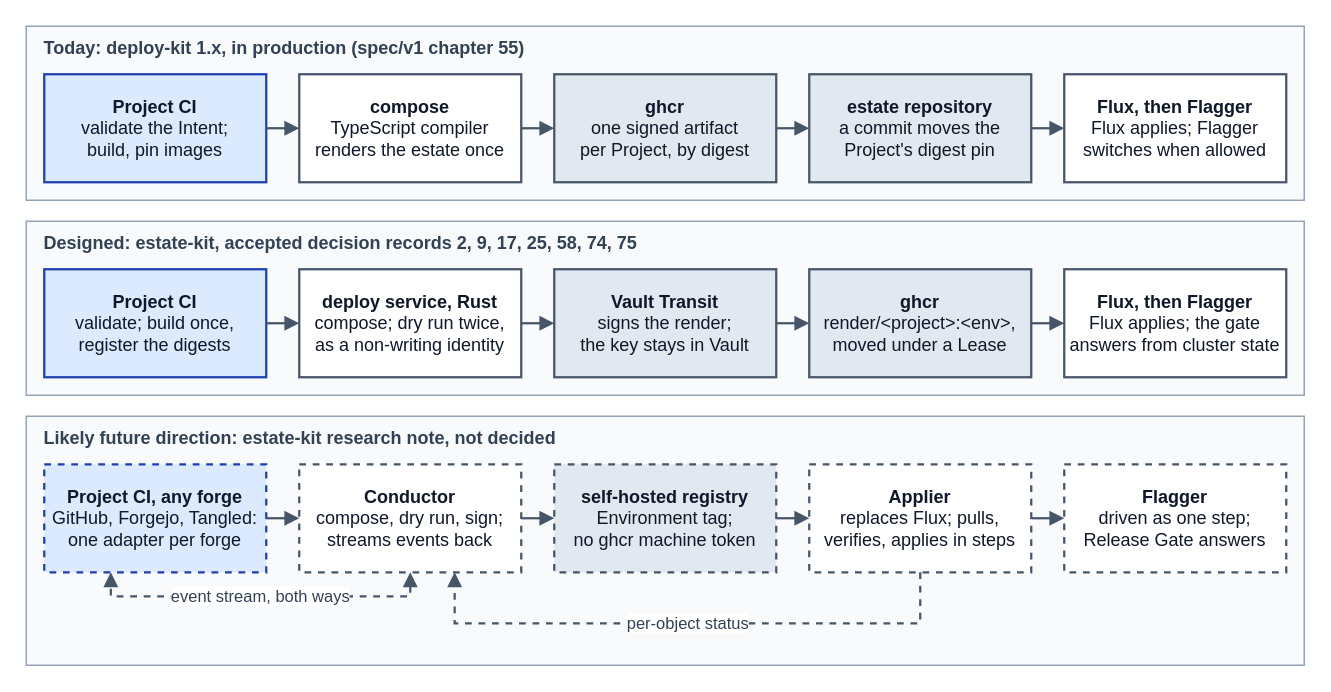
Earlier version of the draw.io diagram docs/mde/task-3-code-generation/Figures/delivery-paths.drawio (JorisJonkers-dev/deploy-kit). Source tidied: cells renumbered, new cells numbered last; positions are measured from the earlier drawing's top-left corner, leaving out a move shared by most shapes. Both pictures are drawn from the tidied source at 150%, with x=0, y=0 at pixel (26, 26).
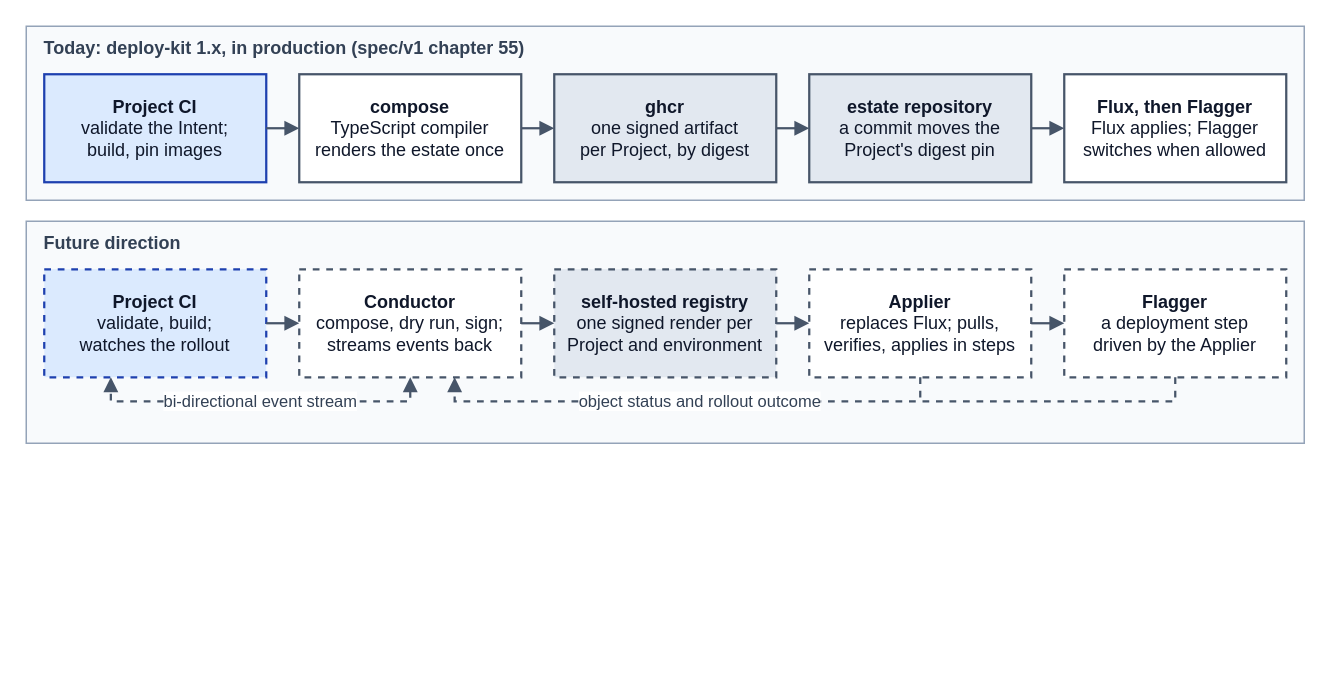
The same diagram, later.

Change to the diagram source:
```diff
@@
     <mxCell id="13" style="rounded=0;whiteSpace=wrap;html=1;fillColor=#f8fafc;strokeColor=#94a3b8;strokeWidth=1;" parent="1" vertex="1">
-      <mxGeometry y="130" width="852" height="116" as="geometry" />
+      <mxGeometry y="130" width="852" height="148" as="geometry" />
     </mxCell>
-    <mxCell id="14" value="Designed: estate-kit, accepted decision records 2, 9, 17, 25, 58, 74, 75" style="text;html=1;whiteSpace=wrap;align=left;verticalAlign=middle;fontFamily=Helvetica;fontSize=12;fontColor=#334155;spacing=0;strokeColor=none;fillColor=none;fontStyle=1;" parent="1" vertex="1">
+    <mxCell id="14" value="Future direction" style="text;html=1;whiteSpace=wrap;align=left;verticalAlign=middle;fontFamily=Helvetica;fontSize=12;fontColor=#334155;spacing=0;strokeColor=none;fillColor=none;fontStyle=1;" parent="1" vertex="1">
       <mxGeometry x="12" y="136" width="828" height="18" as="geometry" />
     </mxCell>
-    <mxCell id="15" value="&lt;b&gt;Project CI&lt;/b&gt;&lt;br&gt;validate; build once,&lt;br&gt;register the digests" style="rounded=0;whiteSpace=wrap;html=1;align=center;verticalAlign=middle;fillColor=#dbeafe;strokeColor=#1e40af;strokeWidth=1.5;fontFamily=Helvetica;fontSize=12;fontColor=#0f172a;spacing=4;" parent="1" vertex="1">
+    <mxCell id="15" value="&lt;b&gt;Project CI&lt;/b&gt;&lt;br&gt;validate, build;&lt;br&gt;watches the rollout" style="rounded=0;whiteSpace=wrap;html=1;align=center;verticalAlign=middle;fillColor=#dbeafe;strokeColor=#1e40af;strokeWidth=1.5;fontFamily=Helvetica;fontSize=12;fontColor=#0f172a;spacing=4;dashed=1;" parent="1" vertex="1">
       <mxGeometry x="12" y="162" width="148" height="72" as="geometry" />
     </mxCell>
-    <mxCell id="16" value="&lt;b&gt;deploy service, Rust&lt;/b&gt;&lt;br&gt;compose; dry run twice,&lt;br&gt;as a non-writing identity" style="rounded=0;whiteSpace=wrap;html=1;align=center;verticalAlign=middle;fillColor=#ffffff;strokeColor=#475569;strokeWidth=1.5;fontFamily=Helvetica;fontSize=12;fontColor=#0f172a;spacing=4;" parent="1" vertex="1">
+    <mxCell id="16" value="&lt;b&gt;Conductor&lt;/b&gt;&lt;br&gt;compose, dry run, sign;&lt;br&gt;streams events back" style="rounded=0;whiteSpace=wrap;html=1;align=center;verticalAlign=middle;fillColor=#ffffff;strokeColor=#475569;strokeWidth=1.5;fontFamily=Helvetica;fontSize=12;fontColor=#0f172a;spacing=4;dashed=1;" parent="1" vertex="1">
       <mxGeometry x="182" y="162" width="148" height="72" as="geometry" />
     </mxCell>
-    <mxCell id="17" value="&lt;b&gt;Vault Transit&lt;/b&gt;&lt;br&gt;signs the render;&lt;br&gt;the key stays in Vault" style="rounded=0;whiteSpace=wrap;html=1;align=center;verticalAlign=middle;fillColor=#e2e8f0;strokeColor=#475569;strokeWidth=1.5;fontFamily=Helvetica;fontSize=12;fontColor=#0f172a;spacing=4;" parent="1" vertex="1">
+    <mxCell id="17" value="&lt;b&gt;self-hosted registry&lt;/b&gt;&lt;br&gt;one signed render per&lt;br&gt;Project and environment" style="rounded=0;whiteSpace=wrap;html=1;align=center;verticalAlign=middle;fillColor=#e2e8f0;strokeColor=#475569;strokeWidth=1.5;fontFamily=Helvetica;fontSize=12;fontColor=#0f172a;spacing=4;dashed=1;" parent="1" vertex="1">
       <mxGeometry x="352" y="162" width="148" height="72" as="geometry" />
     </mxCell>
-    <mxCell id="18" value="&lt;b&gt;ghcr&lt;/b&gt;&lt;br&gt;render/&amp;lt;project&amp;gt;:&amp;lt;env&amp;gt;,&lt;br&gt;moved under a Lease" style="rounded=0;whiteSpace=wrap;html=1;align=center;verticalAlign=middle;fillColor=#e2e8f0;strokeColor=#475569;strokeWidth=1.5;fontFamily=Helvetica;fontSize=12;fontColor=#0f172a;spacing=4;" parent="1" vertex="1">
+    <mxCell id="18" value="&lt;b&gt;Applier&lt;/b&gt;&lt;br&gt;replaces Flux; pulls,&lt;br&gt;verifies, applies in steps" style="rounded=0;whiteSpace=wrap;html=1;align=center;verticalAlign=middle;fillColor=#ffffff;strokeColor=#475569;strokeWidth=1.5;fontFamily=Helvetica;fontSize=12;fontColor=#0f172a;spacing=4;dashed=1;" parent="1" vertex="1">
       <mxGeometry x="522" y="162" width="148" height="72" as="geometry" />
     </mxCell>
-    <mxCell id="19" value="&lt;b&gt;Flux, then Flagger&lt;/b&gt;&lt;br&gt;Flux applies; the gate&lt;br&gt;answers from cluster state" style="rounded=0;whiteSpace=wrap;html=1;align=center;verticalAlign=middle;fillColor=#ffffff;strokeColor=#475569;strokeWidth=1.5;fontFamily=Helvetica;fontSize=12;fontColor=#0f172a;spacing=4;" parent="1" vertex="1">
+    <mxCell id="19" value="&lt;b&gt;Flagger&lt;/b&gt;&lt;br&gt;a deployment step&lt;br&gt;driven by the Applier" style="rounded=0;whiteSpace=wrap;html=1;align=center;verticalAlign=middle;fillColor=#ffffff;strokeColor=#475569;strokeWidth=1.5;fontFamily=Helvetica;fontSize=12;fontColor=#0f172a;spacing=4;dashed=1;" parent="1" vertex="1">
       <mxGeometry x="692" y="162" width="148" height="72" as="geometry" />
     </mxCell>
@@
-    <mxCell id="24" style="rounded=0;whiteSpace=wrap;html=1;fillColor=#f8fafc;strokeColor=#94a3b8;strokeWidth=1;" parent="1" vertex="1">
-      <mxGeometry y="260" width="852" height="166" as="geometry" />
+    <mxCell id="24" value="bi-directional event stream" style="edgeStyle=orthogonalEdgeStyle;rounded=0;html=1;endArrow=block;endFill=1;startArrow=block;startFill=1;strokeColor=#475569;strokeWidth=1.5;fontFamily=Helvetica;fontSize=11;fontColor=#334155;labelBackgroundColor=#ffffff;endSize=6;startSize=6;dashed=1;exitX=0.5;exitY=1;entryX=0.3;entryY=1;labelPosition=center;verticalLabelPosition=middle;" parent="1" edge="1" source="16" target="15">
+      <mxGeometry relative="1" as="geometry">
+        <Array as="points">
+          <mxPoint x="256" y="250" />
+          <mxPoint x="56.4" y="250" />
+        </Array>
+      </mxGeometry>
     </mxCell>
-    <mxCell id="25" value="Likely future direction: estate-kit research note, not decided" style="text;html=1;whiteSpace=wrap;align=left;verticalAlign=middle;fontFamily=Helvetica;fontSize=12;fontColor=#334155;spacing=0;strokeColor=none;fillColor=none;fontStyle=1;" parent="1" vertex="1">
-      <mxGeometry x="12" y="266" width="828" height="18" as="geometry" />
+    <mxCell id="25" value="object status and rollout outcome" style="edgeStyle=orthogonalEdgeStyle;rounded=0;html=1;endArrow=block;endFill=1;startArrow=none;startFill=1;strokeColor=#475569;strokeWidth=1.5;fontFamily=Helvetica;fontSize=11;fontColor=#334155;labelBackgroundColor=#ffffff;endSize=6;startSize=6;dashed=1;exitX=0.5;exitY=1;entryX=0.7;entryY=1;labelPosition=center;verticalLabelPosition=middle;" parent="1" edge="1" source="19" target="16">
+      <mxGeometry x="0.3" relative="1" as="geometry">
+        <Array as="points">
+          <mxPoint x="766" y="250" />
+          <mxPoint x="285.6" y="250" />
+        </Array>
+      </mxGeometry>
     </mxCell>
-    <mxCell id="26" value="&lt;b&gt;Project CI, any forge&lt;/b&gt;&lt;br&gt;GitHub, Forgejo, Tangled:&lt;br&gt;one adapter per forge" style="rounded=0;whiteSpace=wrap;html=1;align=center;verticalAlign=middle;fillColor=#dbeafe;strokeColor=#1e40af;strokeWidth=1.5;fontFamily=Helvetica;fontSize=12;fontColor=#0f172a;spacing=4;dashed=1;" parent="1" vertex="1">
-      <mxGeometry x="12" y="292" width="148" height="72" as="geometry" />
+    <mxCell id="26" style="edgeStyle=orthogonalEdgeStyle;rounded=0;html=1;endArrow=block;endFill=1;startArrow=none;startFill=1;strokeColor=#475569;strokeWidth=1.5;fontFamily=Helvetica;fontSize=11;fontColor=#334155;labelBackgroundColor=#ffffff;endSize=6;startSize=6;dashed=1;endArrow=none;exitX=0.5;exitY=1;" parent="1" edge="1" source="18">
+      <mxGeometry relative="1" as="geometry">
+        <mxPoint x="596" y="250" as="targetPoint" />
+      </mxGeometry>
     </mxCell>
-    <mxCell id="27" value="&lt;b&gt;Conductor&lt;/b&gt;&lt;br&gt;compose, dry run, sign;&lt;br&gt;streams events back" style="rounded=0;whiteSpace=wrap;html=1;align=center;verticalAlign=middle;fillColor=#ffffff;strokeColor=#475569;strokeWidth=1.5;fontFamily=Helvetica;fontSize=12;fontColor=#0f172a;spacing=4;dashed=1;" parent="1" vertex="1">
-      <mxGeometry x="182" y="292" width="148" height="72" as="geometry" />
-    </mxCell>
-    <mxCell id="28" value="&lt;b&gt;self-hosted registry&lt;/b&gt;&lt;br&gt;Environment tag;&lt;br&gt;no ghcr machine token" style="rounded=0;whiteSpace=wrap;html=1;align=center;verticalAlign=middle;fillColor=#e2e8f0;strokeColor=#475569;strokeWidth=1.5;fontFamily=Helvetica;fontSize=12;fontColor=#0f172a;spacing=4;dashed=1;" parent="1" vertex="1">
-      <mxGeometry x="352" y="292" width="148" height="72" as="geometry" />
-    </mxCell>
-    <mxCell id="29" value="&lt;b&gt;Applier&lt;/b&gt;&lt;br&gt;replaces Flux; pulls,&lt;br&gt;verifies, applies in steps" style="rounded=0;whiteSpace=wrap;html=1;align=center;verticalAlign=middle;fillColor=#ffffff;strokeColor=#475569;strokeWidth=1.5;fontFamily=Helvetica;fontSize=12;fontColor=#0f172a;spacing=4;dashed=1;" parent="1" vertex="1">
-      <mxGeometry x="522" y="292" width="148" height="72" as="geometry" />
-    </mxCell>
-    <mxCell id="30" value="&lt;b&gt;Flagger&lt;/b&gt;&lt;br&gt;driven as one step;&lt;br&gt;Release Gate answers" style="rounded=0;whiteSpace=wrap;html=1;align=center;verticalAlign=middle;fillColor=#ffffff;strokeColor=#475569;strokeWidth=1.5;fontFamily=Helvetica;fontSize=12;fontColor=#0f172a;spacing=4;dashed=1;" parent="1" vertex="1">
-      <mxGeometry x="692" y="292" width="148" height="72" as="geometry" />
-    </mxCell>
-    <mxCell id="31" style="edgeStyle=orthogonalEdgeStyle;rounded=0;html=1;endArrow=block;endFill=1;startArrow=none;startFill=1;strokeColor=#475569;strokeWidth=1.5;fontFamily=Helvetica;fontSize=11;fontColor=#334155;labelBackgroundColor=#ffffff;endSize=6;startSize=6;exitX=1;exitY=0.5;entryX=0;entryY=0.5;" parent="1" edge="1" source="26" target="27">
-      <mxGeometry relative="1" as="geometry" />
-    </mxCell>
-    <mxCell id="32" style="edgeStyle=orthogonalEdgeStyle;rounded=0;html=1;endArrow=block;endFill=1;startArrow=none;startFill=1;strokeColor=#475569;strokeWidth=1.5;fontFamily=Helvetica;fontSize=11;fontColor=#334155;labelBackgroundColor=#ffffff;endSize=6;startSize=6;exitX=1;exitY=0.5;entryX=0;entryY=0.5;" parent="1" edge="1" source="27" target="28">
-      <mxGeometry relative="1" as="geometry" />
-    </mxCell>
-    <mxCell id="33" style="edgeStyle=orthogonalEdgeStyle;rounded=0;html=1;endArrow=block;endFill=1;startArrow=none;startFill=1;strokeColor=#475569;strokeWidth=1.5;fontFamily=Helvetica;fontSize=11;fontColor=#334155;labelBackgroundColor=#ffffff;endSize=6;startSize=6;exitX=1;exitY=0.5;entryX=0;entryY=0.5;" parent="1" edge="1" source="28" target="29">
-      <mxGeometry relative="1" as="geometry" />
-    </mxCell>
-    <mxCell id="34" style="edgeStyle=orthogonalEdgeStyle;rounded=0;html=1;endArrow=block;endFill=1;startArrow=none;startFill=1;strokeColor=#475569;strokeWidth=1.5;fontFamily=Helvetica;fontSize=11;fontColor=#334155;labelBackgroundColor=#ffffff;endSize=6;startSize=6;exitX=1;exitY=0.5;entryX=0;entryY=0.5;" parent="1" edge="1" source="29" target="30">
-      <mxGeometry relative="1" as="geometry" />
-    </mxCell>
-    <mxCell id="35" value="event stream, both ways" style="edgeStyle=orthogonalEdgeStyle;rounded=0;html=1;endArrow=block;endFill=1;startArrow=block;startFill=1;strokeColor=#475569;strokeWidth=1.5;fontFamily=Helvetica;fontSize=11;fontColor=#334155;labelBackgroundColor=#ffffff;endSize=6;startSize=6;dashed=1;exitX=0.5;exitY=1;entryX=0.3;entryY=1;labelPosition=center;verticalLabelPosition=middle;" parent="1" edge="1" source="27" target="26">
-      <mxGeometry relative="1" as="geometry">
-        <Array as="points">
-          <mxPoint x="256" y="380" />
-          <mxPoint x="56.4" y="380" />
-        </Array>
-      </mxGeometry>
-    </mxCell>
-    <mxCell id="36" value="per-object status" style="edgeStyle=orthogonalEdgeStyle;rounded=0;html=1;endArrow=block;endFill=1;startArrow=none;startFill=1;strokeColor=#475569;strokeWidth=1.5;fontFamily=Helvetica;fontSize=11;fontColor=#334155;labelBackgroundColor=#ffffff;endSize=6;startSize=6;dashed=1;exitX=0.5;exitY=1;entryX=0.7;entryY=1;labelPosition=center;verticalLabelPosition=middle;" parent="1" edge="1" source="29" target="27">
-      <mxGeometry relative="1" as="geometry">
-        <Array as="points">
-          <mxPoint x="596" y="398" />
-          <mxPoint x="285.6" y="398" />
-        </Array>
-      </mxGeometry>
-    </mxCell>
```
